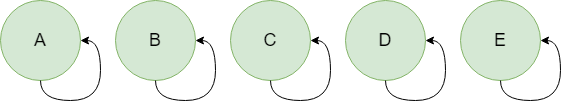
The draw.io diagram algrithem/union_set_example1.drawio.png in muxicode/c153080686, before a commit. Source tidied: cells renumbered, new cells last; positions are measured from the earlier drawing's top-left corner, leaving out a move shared by most shapes. The source it was exported from:
```xml
<mxGraphModel>
  <root>
    <mxCell id="0" />
    <mxCell id="1" parent="0" />
    <mxCell id="2" value="&lt;font style=&quot;font-size: 18px;&quot;&gt;A&lt;/font&gt;" style="ellipse;whiteSpace=wrap;html=1;fillColor=#d5e8d4;strokeColor=#82b366;" parent="1" vertex="1">
      <mxGeometry width="80" height="80" as="geometry" />
    </mxCell>
    <mxCell id="3" style="edgeStyle=orthogonalEdgeStyle;rounded=0;orthogonalLoop=1;jettySize=auto;html=1;exitX=0.5;exitY=1;exitDx=0;exitDy=0;entryX=1;entryY=0.5;entryDx=0;entryDy=0;curved=1;" parent="1" edge="1" source="2" target="2">
      <mxGeometry relative="1" as="geometry" />
    </mxCell>
    <mxCell id="4" value="&lt;font style=&quot;font-size: 18px;&quot;&gt;B&lt;/font&gt;" style="ellipse;whiteSpace=wrap;html=1;fillColor=#d5e8d4;strokeColor=#82b366;" parent="1" vertex="1">
      <mxGeometry x="115" width="80" height="80" as="geometry" />
    </mxCell>
    <mxCell id="5" style="edgeStyle=orthogonalEdgeStyle;rounded=0;orthogonalLoop=1;jettySize=auto;html=1;exitX=0.5;exitY=1;exitDx=0;exitDy=0;entryX=1;entryY=0.5;entryDx=0;entryDy=0;curved=1;" parent="1" edge="1" source="4" target="4">
      <mxGeometry relative="1" as="geometry" />
    </mxCell>
    <mxCell id="6" value="&lt;span style=&quot;font-size: 18px;&quot;&gt;C&lt;/span&gt;" style="ellipse;whiteSpace=wrap;html=1;fillColor=#d5e8d4;strokeColor=#82b366;" parent="1" vertex="1">
      <mxGeometry x="230" width="80" height="80" as="geometry" />
    </mxCell>
    <mxCell id="7" style="edgeStyle=orthogonalEdgeStyle;rounded=0;orthogonalLoop=1;jettySize=auto;html=1;exitX=0.5;exitY=1;exitDx=0;exitDy=0;entryX=1;entryY=0.5;entryDx=0;entryDy=0;curved=1;" parent="1" edge="1" source="6" target="6">
      <mxGeometry relative="1" as="geometry" />
    </mxCell>
    <mxCell id="8" value="&lt;font style=&quot;font-size: 18px;&quot;&gt;D&lt;/font&gt;" style="ellipse;whiteSpace=wrap;html=1;fillColor=#d5e8d4;strokeColor=#82b366;" parent="1" vertex="1">
      <mxGeometry x="345" width="80" height="80" as="geometry" />
    </mxCell>
    <mxCell id="9" style="edgeStyle=orthogonalEdgeStyle;rounded=0;orthogonalLoop=1;jettySize=auto;html=1;exitX=0.5;exitY=1;exitDx=0;exitDy=0;entryX=1;entryY=0.5;entryDx=0;entryDy=0;curved=1;" parent="1" edge="1" source="8" target="8">
      <mxGeometry relative="1" as="geometry" />
    </mxCell>
    <mxCell id="10" value="&lt;font style=&quot;font-size: 18px;&quot;&gt;E&lt;/font&gt;" style="ellipse;whiteSpace=wrap;html=1;fillColor=#d5e8d4;strokeColor=#82b366;" parent="1" vertex="1">
      <mxGeometry x="460" width="80" height="80" as="geometry" />
    </mxCell>
    <mxCell id="11" style="edgeStyle=orthogonalEdgeStyle;rounded=0;orthogonalLoop=1;jettySize=auto;html=1;exitX=0.5;exitY=1;exitDx=0;exitDy=0;entryX=1;entryY=0.5;entryDx=0;entryDy=0;curved=1;" parent="1" edge="1" source="10" target="10">
      <mxGeometry relative="1" as="geometry" />
    </mxCell>
  </root>
</mxGraphModel>
```
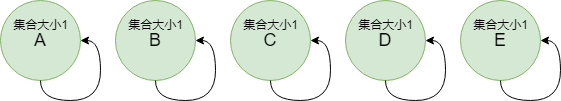
After the commit.

What changed in the source:
```diff
@@ -32,5 +32,20 @@
     <mxCell id="11" style="edgeStyle=orthogonalEdgeStyle;rounded=0;orthogonalLoop=1;jettySize=auto;html=1;exitX=0.5;exitY=1;exitDx=0;exitDy=0;entryX=1;entryY=0.5;entryDx=0;entryDy=0;curved=1;" parent="1" edge="1" source="10" target="10">
       <mxGeometry relative="1" as="geometry" />
     </mxCell>
+    <mxCell id="12" value="集合大小1" style="text;html=1;align=center;verticalAlign=middle;strokeColor=none;fillColor=none;" parent="1" vertex="1">
+      <mxGeometry y="10" width="80" height="30" as="geometry" />
+    </mxCell>
+    <mxCell id="13" value="集合大小1" style="text;html=1;align=center;verticalAlign=middle;strokeColor=none;fillColor=none;" parent="1" vertex="1">
+      <mxGeometry x="115" y="10" width="80" height="30" as="geometry" />
+    </mxCell>
+    <mxCell id="14" value="集合大小1" style="text;html=1;align=center;verticalAlign=middle;strokeColor=none;fillColor=none;" parent="1" vertex="1">
+      <mxGeometry x="230" y="10" width="80" height="30" as="geometry" />
+    </mxCell>
+    <mxCell id="15" value="集合大小1" style="text;html=1;align=center;verticalAlign=middle;strokeColor=none;fillColor=none;" parent="1" vertex="1">
+      <mxGeometry x="345" y="10" width="80" height="30" as="geometry" />
+    </mxCell>
+    <mxCell id="16" value="集合大小1" style="text;html=1;align=center;verticalAlign=middle;strokeColor=none;fillColor=none;" parent="1" vertex="1">
+      <mxGeometry x="460" y="10" width="80" height="30" as="geometry" />
+    </mxCell>
   </root>
 </mxGraphModel>
```
